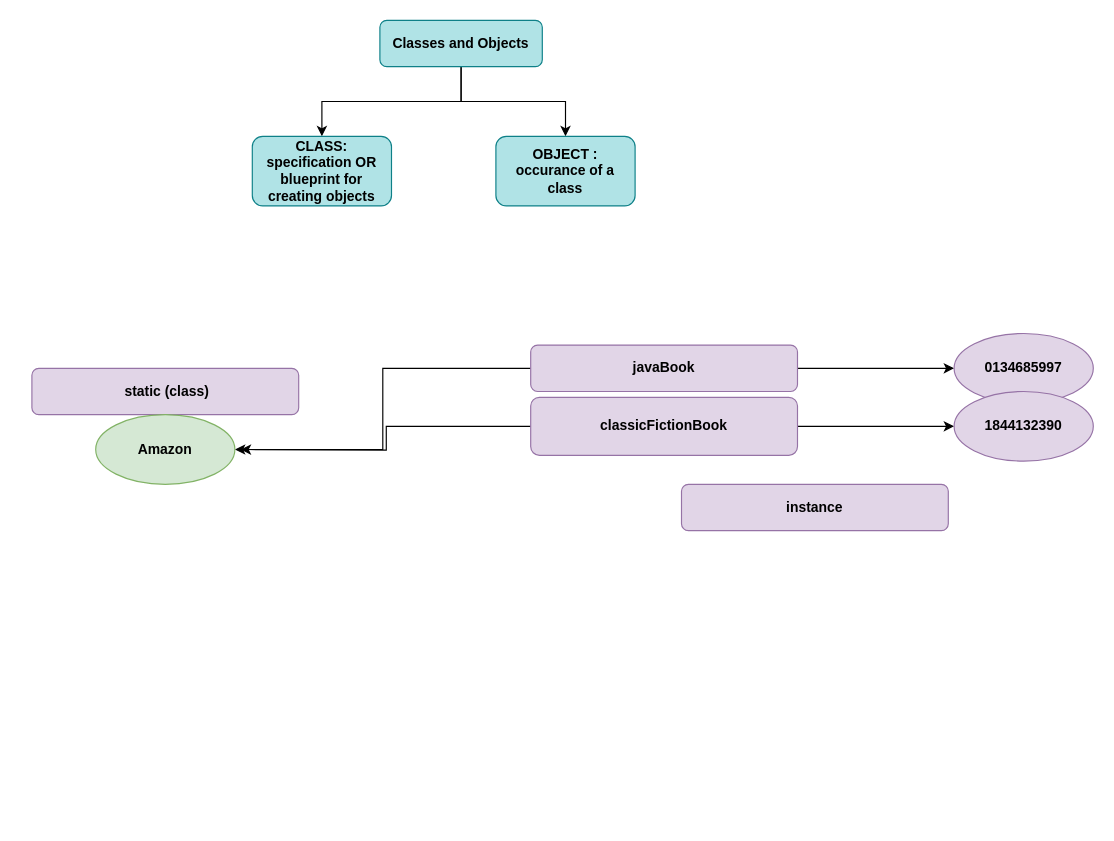
Earlier version of the draw.io diagram page "OOPS" (3 of 3) of 1 Java/guides/gs.drawio (illydali/TrainingGIT0704). Source tidied: cells renumbered, new cells numbered last; positions are measured from the earlier drawing's top-left corner, leaving out a move shared by most shapes. Both pictures are drawn from the tidied source at 116%, with x=0, y=0 at pixel (31, 20).
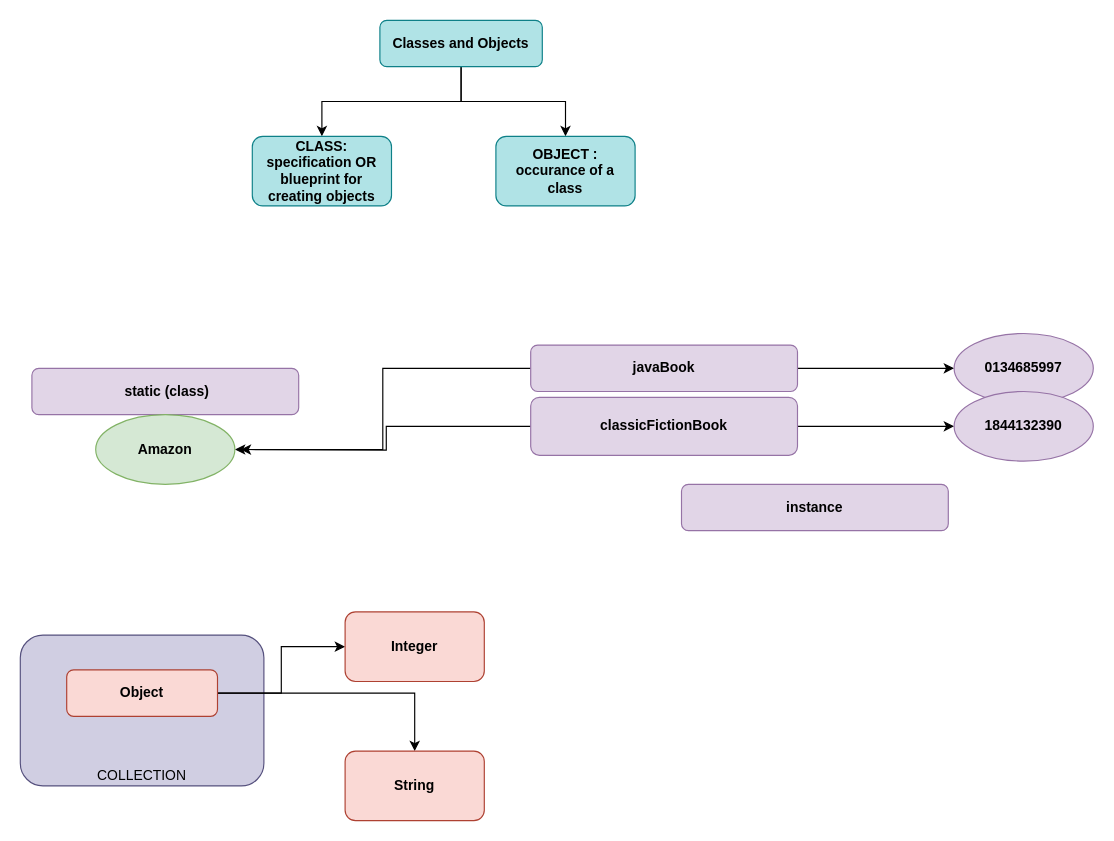
Above is the later version.

Diff of the diagram source:
```diff
@@
+    <mxCell id="18" value="COLLECTION" style="rounded=1;whiteSpace=wrap;html=1;fillColor=#d0cee2;strokeColor=#56517e;verticalAlign=bottom;" parent="1" vertex="1">
+      <mxGeometry x="-10" y="530" width="210" height="130" as="geometry" />
+    </mxCell>
+    <mxCell id="19" style="edgeStyle=orthogonalEdgeStyle;rounded=0;jettySize=auto;html=1;" parent="1" edge="1" source="21" target="22">
+      <mxGeometry relative="1" as="geometry" />
+    </mxCell>
+    <mxCell id="20" style="edgeStyle=orthogonalEdgeStyle;rounded=0;jettySize=auto;html=1;" parent="1" edge="1" source="21" target="23">
+      <mxGeometry relative="1" as="geometry" />
+    </mxCell>
+    <mxCell id="21" value="Object" style="rounded=1;whiteSpace=wrap;html=1;fillColor=#fad9d5;strokeColor=#ae4132;fontStyle=1;verticalAlign=middle;" parent="1" vertex="1">
+      <mxGeometry x="30" y="560" width="130" height="40" as="geometry" />
+    </mxCell>
+    <mxCell id="22" value="Integer" style="whiteSpace=wrap;html=1;rounded=1;fontStyle=1;strokeColor=#ae4132;fillColor=#fad9d5;" parent="1" vertex="1">
+      <mxGeometry x="270" y="510" width="120" height="60" as="geometry" />
+    </mxCell>
+    <mxCell id="23" value="String" style="whiteSpace=wrap;html=1;rounded=1;fontStyle=1;strokeColor=#ae4132;fillColor=#fad9d5;" parent="1" vertex="1">
+      <mxGeometry x="270" y="630" width="120" height="60" as="geometry" />
+    </mxCell>
```
